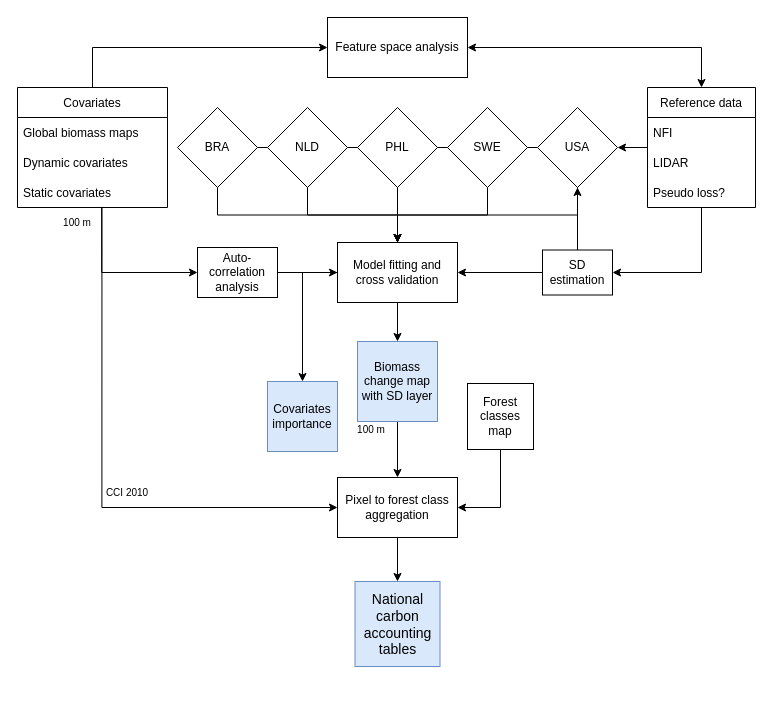
The draw.io diagram Paper3.drawio in arnanaraza/diagrams, before the edit. Source tidied: cells renumbered, new cells numbered last; positions are measured from the earlier drawing's top-left corner, leaving out a move shared by most shapes. Both pictures are drawn from the tidied source at 100%, with x=0, y=0 at pixel (17, 17).
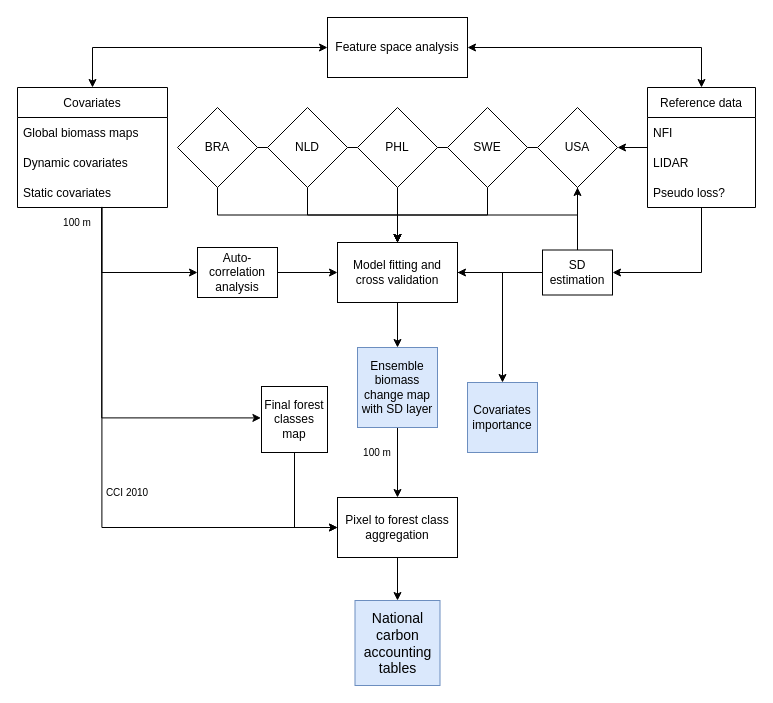
The same diagram, later.

The change refers to these unchanged cells:
```xml
<mxCell id="4" value="Model fitting and cross validation" style="rounded=0;whiteSpace=wrap;html=1;" parent="1" vertex="1">
  <mxGeometry x="320" y="225" width="120" height="60" as="geometry" />
</mxCell>
<mxCell id="10" value="Covariates" style="swimlane;fontStyle=0;horizontal=1;startSize=30;" parent="1" vertex="1">
  <mxGeometry y="70" width="150" height="120" as="geometry" />
</mxCell>
<mxCell id="13" value="Static covariates" style="text;strokeColor=none;fillColor=none;align=left;verticalAlign=middle;spacingLeft=4;spacingRight=4;overflow=hidden;points=[[0,0.5],[1,0.5]];portConstraint=eastwest;" parent="10" vertex="1">
  <mxGeometry y="90" width="150" height="30" as="geometry" />
</mxCell>
<mxCell id="44" value="&lt;font style=&quot;font-size: 10px;&quot;&gt;100 m&lt;/font&gt;" style="text;html=1;strokeColor=none;fillColor=none;align=center;verticalAlign=middle;whiteSpace=wrap;rounded=0;" parent="1" vertex="1">
  <mxGeometry x="30" y="190" width="60" height="30" as="geometry" />
</mxCell>
<mxCell id="46" value="Feature space analysis" style="rounded=0;whiteSpace=wrap;html=1;" parent="1" vertex="1">
  <mxGeometry x="310" width="140" height="60" as="geometry" />
</mxCell>
```

What changed in the source:
```diff
@@
-    <mxCell id="3" style="edgeStyle=orthogonalEdgeStyle;rounded=0;jettySize=auto;html=1;exitX=0;exitY=0.5;exitDx=0;exitDy=0;entryX=0.5;entryY=0;entryDx=0;entryDy=0;fontColor=default;" parent="1" edge="1" source="4" target="40">
+    <mxCell id="3" style="edgeStyle=orthogonalEdgeStyle;rounded=0;jettySize=auto;html=1;exitX=1;exitY=0.5;exitDx=0;exitDy=0;entryX=0.5;entryY=0;entryDx=0;entryDy=0;" parent="1" edge="1" source="4" target="40">
       <mxGeometry relative="1" as="geometry" />
     </mxCell>
@@
-    <mxCell id="9" style="edgeStyle=orthogonalEdgeStyle;rounded=0;jettySize=auto;html=1;exitX=0.5;exitY=0;exitDx=0;exitDy=0;entryX=0;entryY=0.5;entryDx=0;entryDy=0;" parent="1" edge="1" source="10" target="46">
+    <mxCell id="9" style="edgeStyle=orthogonalEdgeStyle;rounded=0;jettySize=auto;html=1;exitX=0.5;exitY=0;exitDx=0;exitDy=0;entryX=0;entryY=0.5;entryDx=0;entryDy=0;startArrow=classic;startFill=1;" parent="1" edge="1" source="10" target="46">
       <mxGeometry relative="1" as="geometry" />
     </mxCell>
@@
-    <mxCell id="32" style="edgeStyle=orthogonalEdgeStyle;rounded=0;jettySize=auto;html=1;exitX=0.5;exitY=1;exitDx=0;exitDy=0;entryX=1;entryY=0.5;entryDx=0;entryDy=0;" parent="1" edge="1" source="33" target="43">
+    <mxCell id="32" style="edgeStyle=orthogonalEdgeStyle;rounded=0;jettySize=auto;html=1;exitX=0.5;exitY=1;exitDx=0;exitDy=0;entryX=0;entryY=0.5;entryDx=0;entryDy=0;" parent="1" edge="1" source="33" target="43">
       <mxGeometry relative="1" as="geometry" />
     </mxCell>
-    <mxCell id="33" value="&lt;span style=&quot;font-size: 12px;&quot;&gt;Forest classes map&lt;/span&gt;" style="whiteSpace=wrap;html=1;fontSize=10;" parent="1" vertex="1">
-      <mxGeometry x="450" y="366" width="66" height="66" as="geometry" />
+    <mxCell id="33" value="&lt;span style=&quot;font-size: 12px;&quot;&gt;Final forest classes map&lt;/span&gt;" style="whiteSpace=wrap;html=1;fontSize=10;" parent="1" vertex="1">
+      <mxGeometry x="244" y="369" width="66" height="66" as="geometry" />
     </mxCell>
@@
-    <mxCell id="35" value="&lt;span style=&quot;font-size: 12px;&quot;&gt;Biomass change map with SD layer&lt;/span&gt;" style="whiteSpace=wrap;html=1;fontSize=10;fillColor=#dae8fc;strokeColor=#6c8ebf;" parent="1" vertex="1">
-      <mxGeometry x="340" y="324" width="80" height="80" as="geometry" />
+    <mxCell id="35" value="&lt;span style=&quot;font-size: 12px;&quot;&gt;Ensemble biomass change map with SD layer&lt;/span&gt;" style="whiteSpace=wrap;html=1;fontSize=10;fillColor=#dae8fc;strokeColor=#6c8ebf;" parent="1" vertex="1">
+      <mxGeometry x="340" y="330" width="80" height="80" as="geometry" />
     </mxCell>
     <mxCell id="36" value="&lt;font style=&quot;font-size: 14px;&quot;&gt;National carbon accounting tables&lt;/font&gt;" style="whiteSpace=wrap;html=1;fontSize=10;fillColor=#dae8fc;strokeColor=#6c8ebf;" parent="1" vertex="1">
-      <mxGeometry x="337.5" y="564" width="85" height="85" as="geometry" />
+      <mxGeometry x="337.5" y="583" width="85" height="85" as="geometry" />
     </mxCell>
@@
-    <mxCell id="39" style="edgeStyle=orthogonalEdgeStyle;rounded=0;jettySize=auto;html=1;exitX=0.563;exitY=0.979;exitDx=0;exitDy=0;exitPerimeter=0;endArrow=classic;entryX=0;entryY=0.5;entryDx=0;entryDy=0;endFill=1;" parent="1" edge="1" source="13" target="43">
-      <mxGeometry relative="1" as="geometry" />
+    <mxCell id="39" style="edgeStyle=orthogonalEdgeStyle;rounded=0;jettySize=auto;html=1;exitX=0.563;exitY=0.979;exitDx=0;exitDy=0;exitPerimeter=0;endArrow=classic;endFill=1;" parent="1" edge="1" source="13">
+      <mxGeometry relative="1" as="geometry">
+        <mxPoint x="320" y="510" as="targetPoint" />
+        <Array as="points">
+          <mxPoint x="85" y="510" />
+          <mxPoint x="320" y="510" />
+        </Array>
+      </mxGeometry>
     </mxCell>
     <mxCell id="40" value="&lt;span style=&quot;font-size: 12px;&quot;&gt;Covariates importance&lt;/span&gt;" style="whiteSpace=wrap;html=1;fontSize=10;fillColor=#dae8fc;strokeColor=#6c8ebf;" parent="1" vertex="1">
-      <mxGeometry x="250" y="364" width="70" height="70" as="geometry" />
+      <mxGeometry x="450" y="365" width="70" height="70" as="geometry" />
     </mxCell>
@@
     <mxCell id="43" value="Pixel to forest class aggregation" style="rounded=0;whiteSpace=wrap;html=1;" parent="1" vertex="1">
-      <mxGeometry x="320" y="460" width="120" height="60" as="geometry" />
+      <mxGeometry x="320" y="480" width="120" height="60" as="geometry" />
     </mxCell>
@@
     <mxCell id="45" value="&lt;font style=&quot;font-size: 10px;&quot;&gt;100 m&lt;/font&gt;" style="text;html=1;strokeColor=none;fillColor=none;align=center;verticalAlign=middle;whiteSpace=wrap;rounded=0;" parent="1" vertex="1">
-      <mxGeometry x="324" y="397" width="60" height="30" as="geometry" />
+      <mxGeometry x="330" y="420" width="60" height="30" as="geometry" />
     </mxCell>
@@
+    <mxCell id="51" style="edgeStyle=orthogonalEdgeStyle;rounded=0;jettySize=auto;html=1;exitX=0.904;exitY=0.006;exitDx=0;exitDy=0;exitPerimeter=0;endArrow=classic;entryX=-0.009;entryY=0.476;entryDx=0;entryDy=0;endFill=1;entryPerimeter=0;" parent="1" edge="1" source="44" target="33">
+      <mxGeometry relative="1" as="geometry">
+        <Array as="points">
+          <mxPoint x="84" y="400" />
+          <mxPoint x="243" y="400" />
+        </Array>
+      </mxGeometry>
+    </mxCell>
```
